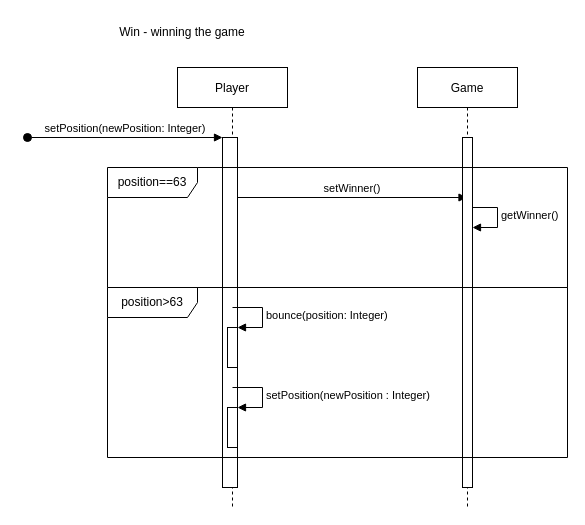
diegorodolfofranco/the-goose-game keeps this draw.io diagram as Diagrams/Sequence Diagrams/TheGooseGame_SD_win.drawio. Above is the earlier version. Source tidied: cells renumbered, new cells numbered last; positions are measured from the earlier drawing's top-left corner, leaving out a move shared by most shapes. Both pictures are drawn from the tidied source at 100%, with x=0, y=0 at pixel (27, 17).
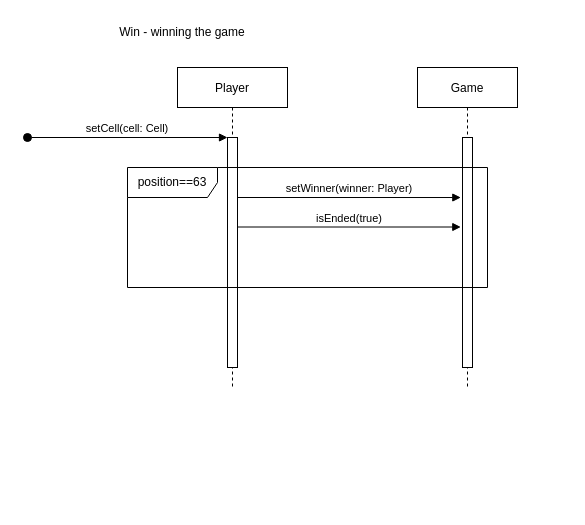
Above is the later version.

Unchanged cells that the change refers to:
```xml
<mxCell id="6" style="html=1;points=[];perimeter=orthogonalPerimeter;" parent="2" vertex="1">
  <mxGeometry x="285" y="160" width="10" height="40" as="geometry" />
</mxCell>
```

What changed in the source:
```diff
@@
     <mxCell id="2" value="Player" style="shape=umlLifeline;perimeter=lifelinePerimeter;rounded=0;shadow=0;strokeWidth=1;" parent="1" vertex="1">
-      <mxGeometry x="150" y="50" width="110" height="440" as="geometry" />
+      <mxGeometry x="150" y="50" width="110" height="320" as="geometry" />
     </mxCell>
     <mxCell id="3" style="points=[];perimeter=orthogonalPerimeter;rounded=0;shadow=0;strokeWidth=1;" parent="2" vertex="1">
-      <mxGeometry x="45" y="70" width="15" height="350" as="geometry" />
+      <mxGeometry x="50" y="70" width="10" height="230" as="geometry" />
     </mxCell>
-    <mxCell id="4" value="setPosition(newPosition: Integer)" style="verticalAlign=bottom;startArrow=oval;endArrow=block;startSize=8;shadow=0;strokeWidth=1;" parent="2" edge="1" target="3">
+    <mxCell id="4" value="setCell(cell: Cell)" style="verticalAlign=bottom;startArrow=oval;endArrow=block;startSize=8;shadow=0;strokeWidth=1;" parent="2" edge="1" target="3">
       <mxGeometry relative="1" as="geometry">
         <mxPoint x="-150" y="70" as="sourcePoint" />
       </mxGeometry>
     </mxCell>
-    <mxCell id="5" value="setWinner()" style="verticalAlign=bottom;endArrow=block;shadow=0;strokeWidth=1;" parent="2" edge="1" target="12">
+    <mxCell id="5" value="setWinner(winner: Player)" style="verticalAlign=bottom;endArrow=block;shadow=0;strokeWidth=1;entryX=-0.167;entryY=0.261;entryDx=0;entryDy=0;entryPerimeter=0;" parent="2" edge="1" target="13">
       <mxGeometry relative="1" as="geometry">
         <mxPoint x="60" y="130" as="sourcePoint" />
       </mxGeometry>
     </mxCell>
@@
-    <mxCell id="7" value="getWinner()" style="edgeStyle=orthogonalEdgeStyle;html=1;align=left;spacingLeft=2;endArrow=block;rounded=0;entryX=1;entryY=0;" parent="2" edge="1" target="6">
-      <mxGeometry relative="1" as="geometry">
-        <mxPoint x="290" y="140" as="sourcePoint" />
-        <Array as="points">
-          <mxPoint x="320" y="140" />
-        </Array>
-      </mxGeometry>
-    </mxCell>
-    <mxCell id="8" style="html=1;points=[];perimeter=orthogonalPerimeter;" parent="2" vertex="1">
-      <mxGeometry x="50" y="260" width="10" height="40" as="geometry" />
-    </mxCell>
-    <mxCell id="9" value="bounce(position: Integer)" style="edgeStyle=orthogonalEdgeStyle;html=1;align=left;spacingLeft=2;endArrow=block;rounded=0;entryX=1;entryY=0;" parent="2" edge="1" target="8">
-      <mxGeometry relative="1" as="geometry">
-        <mxPoint x="55" y="240" as="sourcePoint" />
-        <Array as="points">
-          <mxPoint x="85" y="240" />
-        </Array>
-      </mxGeometry>
-    </mxCell>
-    <mxCell id="10" style="html=1;points=[];perimeter=orthogonalPerimeter;" parent="2" vertex="1">
-      <mxGeometry x="50" y="340" width="10" height="40" as="geometry" />
-    </mxCell>
-    <mxCell id="11" value="setPosition(newPosition : Integer)" style="edgeStyle=orthogonalEdgeStyle;html=1;align=left;spacingLeft=2;endArrow=block;rounded=0;entryX=1;entryY=0;" parent="2" edge="1" target="10">
-      <mxGeometry relative="1" as="geometry">
-        <mxPoint x="55" y="320" as="sourcePoint" />
-        <Array as="points">
-          <mxPoint x="85" y="320" />
-        </Array>
-      </mxGeometry>
-    </mxCell>
     <mxCell id="12" value="Game" style="shape=umlLifeline;perimeter=lifelinePerimeter;rounded=0;shadow=0;strokeWidth=1;" parent="1" vertex="1">
-      <mxGeometry x="390" y="50" width="100" height="440" as="geometry" />
+      <mxGeometry x="390" y="50" width="100" height="320" as="geometry" />
     </mxCell>
     <mxCell id="13" style="points=[];perimeter=orthogonalPerimeter;rounded=0;shadow=0;strokeWidth=1;" parent="12" vertex="1">
-      <mxGeometry x="45" y="70" width="10" height="350" as="geometry" />
+      <mxGeometry x="45" y="70" width="10" height="230" as="geometry" />
     </mxCell>
@@
     <mxCell id="15" value="position==63" style="shape=umlFrame;whiteSpace=wrap;html=1;width=90;height=30;" parent="1" vertex="1">
-      <mxGeometry x="80" y="150" width="460" height="120" as="geometry" />
+      <mxGeometry x="100" y="150" width="360" height="120" as="geometry" />
     </mxCell>
-    <mxCell id="16" value="position&amp;gt;63" style="shape=umlFrame;whiteSpace=wrap;html=1;width=90;height=30;" parent="1" vertex="1">
-      <mxGeometry x="80" y="270" width="460" height="170" as="geometry" />
-    </mxCell>
+    <mxCell id="17" value="isEnded(true)" style="verticalAlign=bottom;endArrow=block;shadow=0;strokeWidth=1;entryX=-0.167;entryY=0.261;entryDx=0;entryDy=0;entryPerimeter=0;" parent="1" edge="1">
+      <mxGeometry relative="1" as="geometry">
+        <mxPoint x="210" y="209.5" as="sourcePoint" />
+        <mxPoint x="433.3" y="209.5" as="targetPoint" />
+      </mxGeometry>
+    </mxCell>
```
